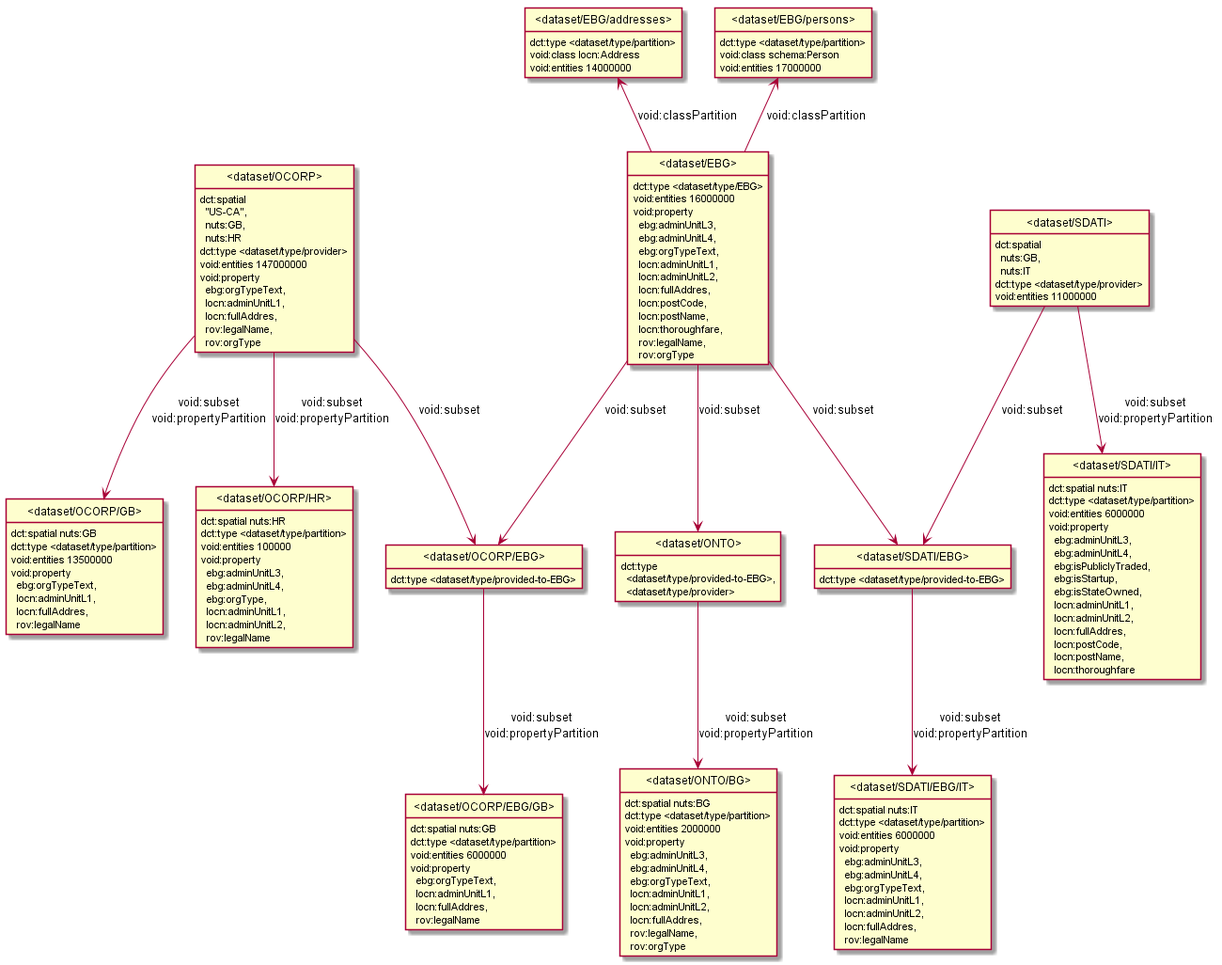
This is model/images/dataset-stats.png from euBusinessGraph/eubg-data, a PlantUML export, as it was before one commit.
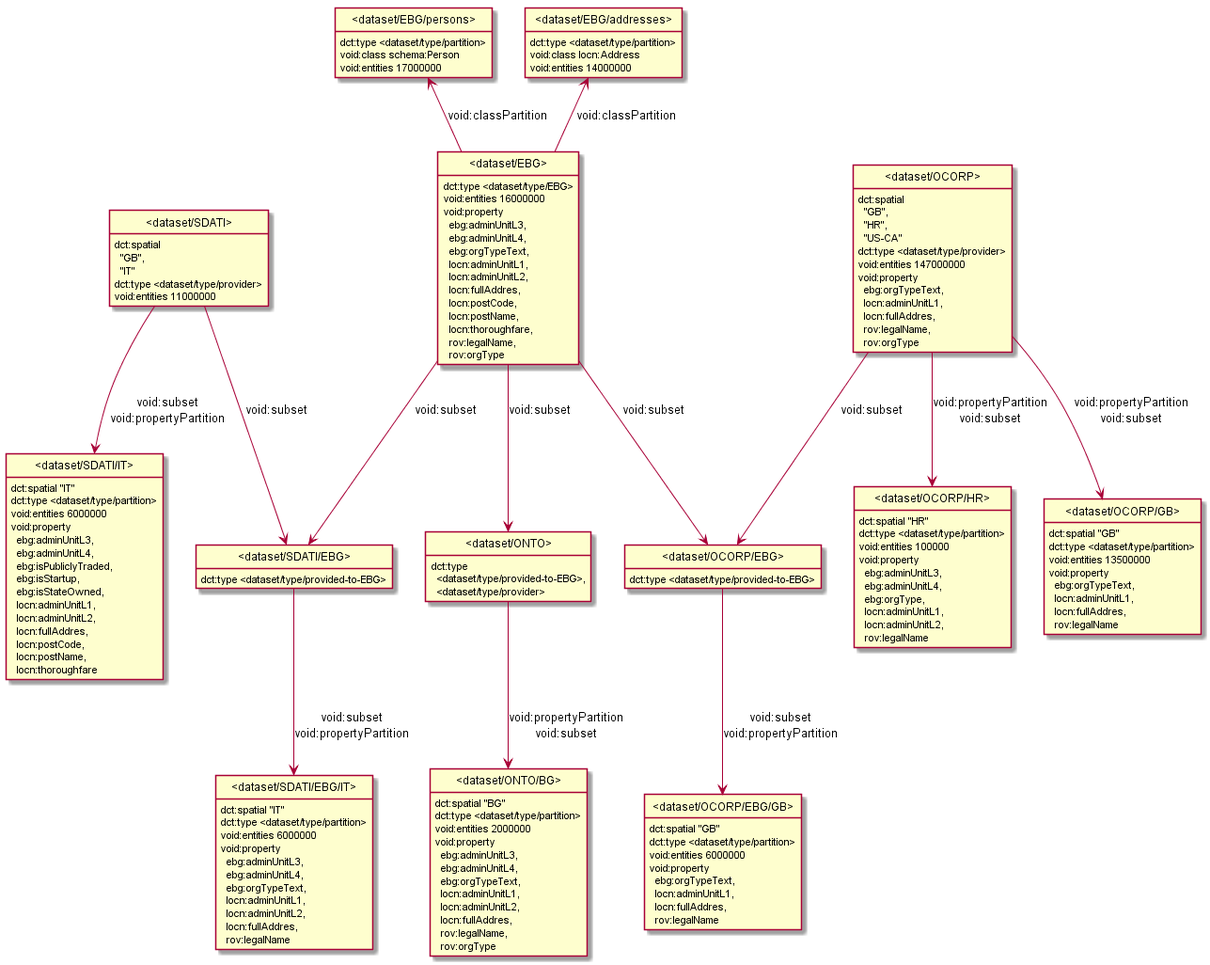
After the change.

Change to the diagram source:
```diff
@@ -3,74 +3,74 @@
 hide empty attributes
 hide circle
 skinparam classAttributeIconSize 0
-class _dataset_SDATI_EBG_IT_ as "<dataset/SDATI/EBG/IT>"
-_dataset_SDATI_EBG_IT_ : dct:spatial nuts:IT
-_dataset_SDATI_EBG_IT_ : dct:type <dataset/type/partition>
-_dataset_SDATI_EBG_IT_ : void:entities 6000000
-_dataset_SDATI_EBG_IT_ : void:property\n  ebg:adminUnitL3,\n  ebg:adminUnitL4,\n  ebg:orgTypeText,\n  locn:adminUnitL1,\n  locn:adminUnitL2,\n  locn:fullAddres,\n  rov:legalName
-class _dataset_EBG_addresses_ as "<dataset/EBG/addresses>"
-_dataset_EBG_addresses_ : dct:type <dataset/type/partition>
-_dataset_EBG_addresses_ : void:class locn:Address
-_dataset_EBG_addresses_ : void:entities 14000000
-class _dataset_OCORP_GB_ as "<dataset/OCORP/GB>"
-_dataset_OCORP_GB_ : dct:spatial nuts:GB
-_dataset_OCORP_GB_ : dct:type <dataset/type/partition>
-_dataset_OCORP_GB_ : void:entities 13500000
-_dataset_OCORP_GB_ : void:property\n  ebg:orgTypeText,\n  locn:adminUnitL1,\n  locn:fullAddres,\n  rov:legalName
-class _dataset_OCORP_EBG_ as "<dataset/OCORP/EBG>"
 class _dataset_OCORP_EBG_GB_ as "<dataset/OCORP/EBG/GB>"
-_dataset_OCORP_EBG_ -down-> _dataset_OCORP_EBG_GB_ : void:subset\nvoid:propertyPartition
-_dataset_OCORP_EBG_ : dct:type <dataset/type/provided-to-EBG>
+_dataset_OCORP_EBG_GB_ : dct:spatial "GB"
+_dataset_OCORP_EBG_GB_ : dct:type <dataset/type/partition>
+_dataset_OCORP_EBG_GB_ : void:entities 6000000
+_dataset_OCORP_EBG_GB_ : void:property\n  ebg:orgTypeText,\n  locn:adminUnitL1,\n  locn:fullAddres,\n  rov:legalName
 class _dataset_SDATI_ as "<dataset/SDATI>"
 class _dataset_SDATI_IT_ as "<dataset/SDATI/IT>"
 _dataset_SDATI_ -down-> _dataset_SDATI_IT_ : void:subset\nvoid:propertyPartition
 class _dataset_SDATI_EBG_ as "<dataset/SDATI/EBG>"
 _dataset_SDATI_ -down-> _dataset_SDATI_EBG_ : void:subset
-_dataset_SDATI_ : dct:spatial\n  nuts:GB,\n  nuts:IT
+_dataset_SDATI_ : dct:spatial\n  "GB",\n  "IT"
 _dataset_SDATI_ : dct:type <dataset/type/provider>
 _dataset_SDATI_ : void:entities 11000000
+_dataset_SDATI_IT_ : dct:spatial "IT"
+_dataset_SDATI_IT_ : dct:type <dataset/type/partition>
+_dataset_SDATI_IT_ : void:entities 6000000
+_dataset_SDATI_IT_ : void:property\n  ebg:adminUnitL3,\n  ebg:adminUnitL4,\n  ebg:isPubliclyTraded,\n  ebg:isStartup,\n  ebg:isStateOwned,\n  locn:adminUnitL1,\n  locn:adminUnitL2,\n  locn:fullAddres,\n  locn:postCode,\n  locn:postName,\n  locn:thoroughfare
+class _dataset_OCORP_GB_ as "<dataset/OCORP/GB>"
+_dataset_OCORP_GB_ : dct:spatial "GB"
+_dataset_OCORP_GB_ : dct:type <dataset/type/partition>
+_dataset_OCORP_GB_ : void:entities 13500000
+_dataset_OCORP_GB_ : void:property\n  ebg:orgTypeText,\n  locn:adminUnitL1,\n  locn:fullAddres,\n  rov:legalName
+class _dataset_EBG_ as "<dataset/EBG>"
+class _dataset_ONTO_ as "<dataset/ONTO>"
+_dataset_EBG_ -down-> _dataset_ONTO_ : void:subset
+class _dataset_OCORP_EBG_ as "<dataset/OCORP/EBG>"
+_dataset_EBG_ -down-> _dataset_OCORP_EBG_ : void:subset
+class _dataset_EBG_addresses_ as "<dataset/EBG/addresses>"
+_dataset_EBG_ -up-> _dataset_EBG_addresses_ : void:classPartition
+_dataset_EBG_ -down-> _dataset_SDATI_EBG_ : void:subset
+class _dataset_EBG_persons_ as "<dataset/EBG/persons>"
+_dataset_EBG_ -up-> _dataset_EBG_persons_ : void:classPartition
+_dataset_EBG_ : dct:type <dataset/type/EBG>
+_dataset_EBG_ : void:entities 16000000
+_dataset_EBG_ : void:property\n  ebg:adminUnitL3,\n  ebg:adminUnitL4,\n  ebg:orgTypeText,\n  locn:adminUnitL1,\n  locn:adminUnitL2,\n  locn:fullAddres,\n  locn:postCode,\n  locn:postName,\n  locn:thoroughfare,\n  rov:legalName,\n  rov:orgType
 class _dataset_ONTO_BG_ as "<dataset/ONTO/BG>"
-_dataset_ONTO_BG_ : dct:spatial nuts:BG
+_dataset_ONTO_ -down-> _dataset_ONTO_BG_ : void:propertyPartition\nvoid:subset
+_dataset_ONTO_ : dct:type\n  <dataset/type/provided-to-EBG>,\n  <dataset/type/provider>
+_dataset_OCORP_EBG_ -down-> _dataset_OCORP_EBG_GB_ : void:subset\nvoid:propertyPartition
+_dataset_OCORP_EBG_ : dct:type <dataset/type/provided-to-EBG>
+class _dataset_SDATI_EBG_IT_ as "<dataset/SDATI/EBG/IT>"
+_dataset_SDATI_EBG_ -down-> _dataset_SDATI_EBG_IT_ : void:subset\nvoid:propertyPartition
+_dataset_SDATI_EBG_ : dct:type <dataset/type/provided-to-EBG>
+_dataset_EBG_addresses_ : dct:type <dataset/type/partition>
+_dataset_EBG_addresses_ : void:class locn:Address
+_dataset_EBG_addresses_ : void:entities 14000000
+class _dataset_OCORP_HR_ as "<dataset/OCORP/HR>"
+_dataset_OCORP_HR_ : dct:spatial "HR"
+_dataset_OCORP_HR_ : dct:type <dataset/type/partition>
+_dataset_OCORP_HR_ : void:entities 100000
+_dataset_OCORP_HR_ : void:property\n  ebg:adminUnitL3,\n  ebg:adminUnitL4,\n  ebg:orgType,\n  locn:adminUnitL1,\n  locn:adminUnitL2,\n  rov:legalName
+_dataset_ONTO_BG_ : dct:spatial "BG"
 _dataset_ONTO_BG_ : dct:type <dataset/type/partition>
 _dataset_ONTO_BG_ : void:entities 2000000
 _dataset_ONTO_BG_ : void:property\n  ebg:adminUnitL3,\n  ebg:adminUnitL4,\n  ebg:orgTypeText,\n  locn:adminUnitL1,\n  locn:adminUnitL2,\n  locn:fullAddres,\n  rov:legalName,\n  rov:orgType
-_dataset_SDATI_EBG_ -down-> _dataset_SDATI_EBG_IT_ : void:subset\nvoid:propertyPartition
-_dataset_SDATI_EBG_ : dct:type <dataset/type/provided-to-EBG>
-_dataset_SDATI_IT_ : dct:spatial nuts:IT
-_dataset_SDATI_IT_ : dct:type <dataset/type/partition>
-_dataset_SDATI_IT_ : void:entities 6000000
-_dataset_SDATI_IT_ : void:property\n  ebg:adminUnitL3,\n  ebg:adminUnitL4,\n  ebg:isPubliclyTraded,\n  ebg:isStartup,\n  ebg:isStateOwned,\n  locn:adminUnitL1,\n  locn:adminUnitL2,\n  locn:fullAddres,\n  locn:postCode,\n  locn:postName,\n  locn:thoroughfare
-class _dataset_EBG_ as "<dataset/EBG>"
-_dataset_EBG_ -down-> _dataset_SDATI_EBG_ : void:subset
-class _dataset_EBG_persons_ as "<dataset/EBG/persons>"
-_dataset_EBG_ -up-> _dataset_EBG_persons_ : void:classPartition
-class _dataset_ONTO_ as "<dataset/ONTO>"
-_dataset_EBG_ -down-> _dataset_ONTO_ : void:subset
-_dataset_EBG_ -up-> _dataset_EBG_addresses_ : void:classPartition
-_dataset_EBG_ -down-> _dataset_OCORP_EBG_ : void:subset
-_dataset_EBG_ : dct:type <dataset/type/EBG>
-_dataset_EBG_ : void:entities 16000000
-_dataset_EBG_ : void:property\n  ebg:adminUnitL3,\n  ebg:adminUnitL4,\n  ebg:orgTypeText,\n  locn:adminUnitL1,\n  locn:adminUnitL2,\n  locn:fullAddres,\n  locn:postCode,\n  locn:postName,\n  locn:thoroughfare,\n  rov:legalName,\n  rov:orgType
-_dataset_ONTO_ -down-> _dataset_ONTO_BG_ : void:subset\nvoid:propertyPartition
-_dataset_ONTO_ : dct:type\n  <dataset/type/provided-to-EBG>,\n  <dataset/type/provider>
-_dataset_OCORP_EBG_GB_ : dct:spatial nuts:GB
-_dataset_OCORP_EBG_GB_ : dct:type <dataset/type/partition>
-_dataset_OCORP_EBG_GB_ : void:entities 6000000
-_dataset_OCORP_EBG_GB_ : void:property\n  ebg:orgTypeText,\n  locn:adminUnitL1,\n  locn:fullAddres,\n  rov:legalName
+_dataset_EBG_persons_ : dct:type <dataset/type/partition>
+_dataset_EBG_persons_ : void:class schema:Person
+_dataset_EBG_persons_ : void:entities 17000000
 class _dataset_OCORP_ as "<dataset/OCORP>"
 _dataset_OCORP_ -down-> _dataset_OCORP_EBG_ : void:subset
-_dataset_OCORP_ -down-> _dataset_OCORP_GB_ : void:subset\nvoid:propertyPartition
-class _dataset_OCORP_HR_ as "<dataset/OCORP/HR>"
-_dataset_OCORP_ -down-> _dataset_OCORP_HR_ : void:subset\nvoid:propertyPartition
-_dataset_OCORP_ : dct:spatial\n  "US-CA",\n  nuts:GB,\n  nuts:HR
+_dataset_OCORP_ -down-> _dataset_OCORP_GB_ : void:propertyPartition\nvoid:subset
+_dataset_OCORP_ -down-> _dataset_OCORP_HR_ : void:propertyPartition\nvoid:subset
+_dataset_OCORP_ : dct:spatial\n  "GB",\n  "HR",\n  "US-CA"
 _dataset_OCORP_ : dct:type <dataset/type/provider>
 _dataset_OCORP_ : void:entities 147000000
 _dataset_OCORP_ : void:property\n  ebg:orgTypeText,\n  locn:adminUnitL1,\n  locn:fullAddres,\n  rov:legalName,\n  rov:orgType
-_dataset_EBG_persons_ : dct:type <dataset/type/partition>
-_dataset_EBG_persons_ : void:class schema:Person
-_dataset_EBG_persons_ : void:entities 17000000
-_dataset_OCORP_HR_ : dct:spatial nuts:HR
-_dataset_OCORP_HR_ : dct:type <dataset/type/partition>
-_dataset_OCORP_HR_ : void:entities 100000
-_dataset_OCORP_HR_ : void:property\n  ebg:adminUnitL3,\n  ebg:adminUnitL4,\n  ebg:orgType,\n  locn:adminUnitL1,\n  locn:adminUnitL2,\n  rov:legalName
+_dataset_SDATI_EBG_IT_ : dct:spatial "IT"
+_dataset_SDATI_EBG_IT_ : dct:type <dataset/type/partition>
+_dataset_SDATI_EBG_IT_ : void:entities 6000000
+_dataset_SDATI_EBG_IT_ : void:property\n  ebg:adminUnitL3,\n  ebg:adminUnitL4,\n  ebg:orgTypeText,\n  locn:adminUnitL1,\n  locn:adminUnitL2,\n  locn:fullAddres,\n  rov:legalName
 @enduml
```
